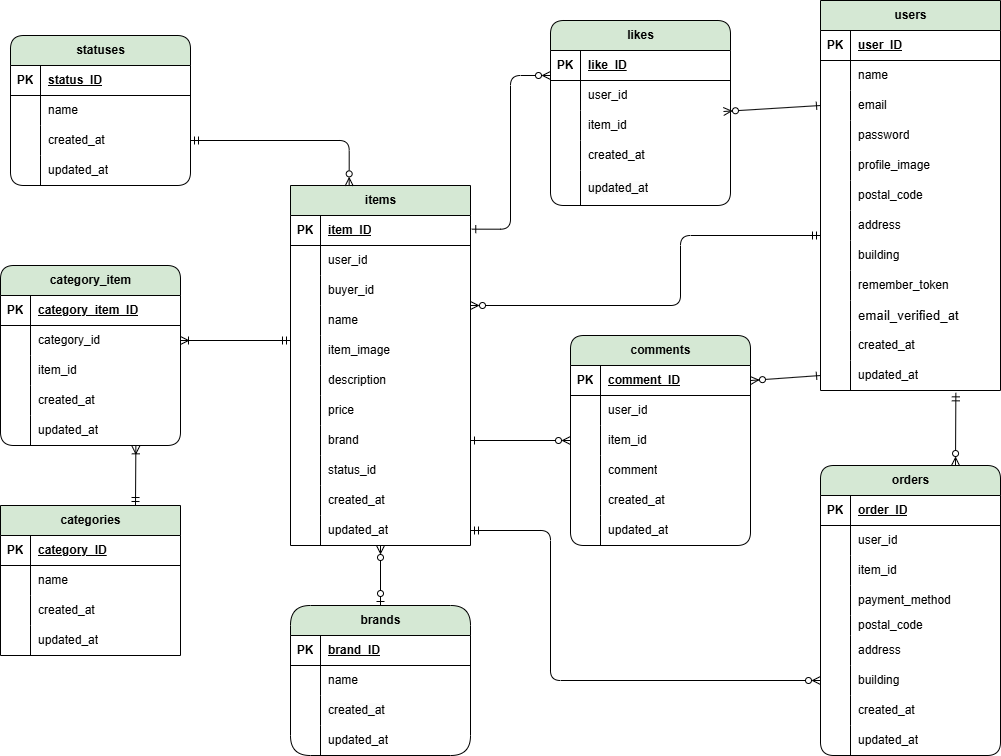
Above: readme-assets/table.drawio.png in yoki229/COACHTECHfurima (draw.io), before the change. Source tidied: cells renumbered, new cells last; positions are measured from the earlier drawing's top-left corner, leaving out a move shared by most shapes.
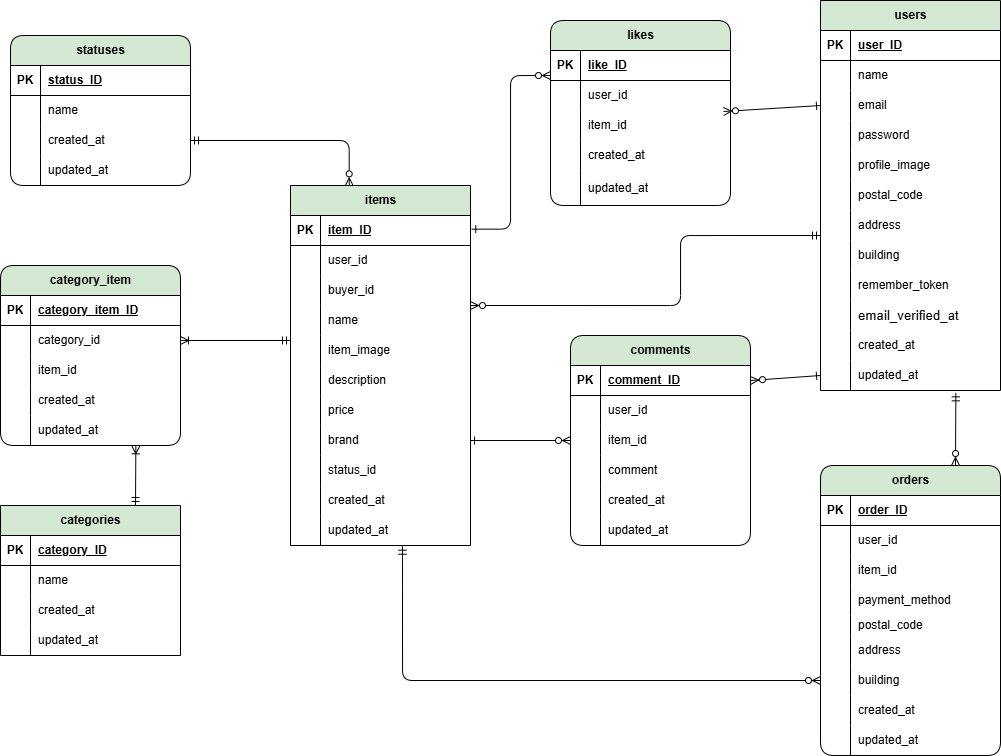
After the change.

Change to the diagram source:
```diff
@@ -443,45 +443,6 @@
     <mxCell id="148" value="&lt;span style=&quot;color: rgb(0, 0, 0);&quot;&gt;updated_at&lt;/span&gt;" style="shape=partialRectangle;fillColor=none;top=0;left=0;bottom=0;right=0;align=left;spacingLeft=6;overflow=hidden;whiteSpace=wrap;html=1;" parent="146" vertex="1">
       <mxGeometry x="30" width="150" height="30" as="geometry" />
     </mxCell>
-    <mxCell id="149" value="brands" style="shape=table;startSize=30;rowLines=0;fontStyle=1;align=center;html=1;rounded=1;arcSize=22;fillColor=#d5e8d4;strokeColor=#000000;" parent="1" vertex="1">
-      <mxGeometry x="290" y="605" width="180" height="150" as="geometry" />
-    </mxCell>
-    <mxCell id="150" style="shape=tableRow;horizontal=0;startSize=0;swimlaneHead=0;swimlaneBody=0;fillColor=none;top=0;left=0;right=0;bottom=1;" parent="149" vertex="1">
-      <mxGeometry y="30" width="180" height="30" as="geometry" />
-    </mxCell>
-    <mxCell id="151" value="PK" style="shape=partialRectangle;fillColor=none;top=0;left=0;bottom=0;right=0;fontStyle=1;overflow=hidden;whiteSpace=wrap;html=1;" parent="150" vertex="1">
-      <mxGeometry width="30" height="30" as="geometry" />
-    </mxCell>
-    <mxCell id="152" value="brand_ID" style="shape=partialRectangle;fillColor=none;top=0;left=0;bottom=0;right=0;align=left;spacingLeft=6;fontStyle=5;overflow=hidden;whiteSpace=wrap;html=1;" parent="150" vertex="1">
-      <mxGeometry x="30" width="150" height="30" as="geometry" />
-    </mxCell>
-    <mxCell id="153" style="shape=tableRow;horizontal=0;startSize=0;swimlaneHead=0;swimlaneBody=0;fillColor=none;top=0;left=0;right=0;bottom=0;" parent="149" vertex="1">
-      <mxGeometry y="60" width="180" height="30" as="geometry" />
-    </mxCell>
-    <mxCell id="154" style="shape=partialRectangle;fillColor=none;top=0;left=0;bottom=0;right=0;overflow=hidden;whiteSpace=wrap;html=1;" parent="153" vertex="1">
-      <mxGeometry width="30" height="30" as="geometry" />
-    </mxCell>
-    <mxCell id="155" value="name" style="shape=partialRectangle;fillColor=none;top=0;left=0;bottom=0;right=0;align=left;spacingLeft=6;overflow=hidden;whiteSpace=wrap;html=1;" parent="153" vertex="1">
-      <mxGeometry x="30" width="150" height="30" as="geometry" />
-    </mxCell>
-    <mxCell id="156" style="shape=tableRow;horizontal=0;startSize=0;swimlaneHead=0;swimlaneBody=0;fillColor=none;top=0;left=0;right=0;bottom=0;" parent="149" vertex="1">
-      <mxGeometry y="90" width="180" height="30" as="geometry" />
-    </mxCell>
-    <mxCell id="157" style="shape=partialRectangle;fillColor=none;top=0;left=0;bottom=0;right=0;overflow=hidden;whiteSpace=wrap;html=1;" parent="156" vertex="1">
-      <mxGeometry width="30" height="30" as="geometry" />
-    </mxCell>
-    <mxCell id="158" value="&lt;span style=&quot;color: rgb(0, 0, 0); font-family: Helvetica; font-size: 12px; font-style: normal; font-variant-ligatures: normal; font-variant-caps: normal; font-weight: 400; letter-spacing: normal; orphans: 2; text-align: left; text-indent: 0px; text-transform: none; widows: 2; word-spacing: 0px; -webkit-text-stroke-width: 0px; white-space: normal; background-color: rgb(251, 251, 251); text-decoration-thickness: initial; text-decoration-style: initial; text-decoration-color: initial; float: none; display: inline !important;&quot;&gt;created_at&lt;/span&gt;" style="shape=partialRectangle;fillColor=none;top=0;left=0;bottom=0;right=0;align=left;spacingLeft=6;overflow=hidden;whiteSpace=wrap;html=1;" parent="156" vertex="1">
-      <mxGeometry x="30" width="150" height="30" as="geometry" />
-    </mxCell>
-    <mxCell id="159" style="shape=tableRow;horizontal=0;startSize=0;swimlaneHead=0;swimlaneBody=0;fillColor=none;top=0;left=0;right=0;bottom=0;" parent="149" vertex="1">
-      <mxGeometry y="120" width="180" height="30" as="geometry" />
-    </mxCell>
-    <mxCell id="160" style="shape=partialRectangle;fillColor=none;top=0;left=0;bottom=0;right=0;overflow=hidden;whiteSpace=wrap;html=1;" parent="159" vertex="1">
-      <mxGeometry width="30" height="30" as="geometry" />
-    </mxCell>
-    <mxCell id="161" value="&lt;span style=&quot;color: rgb(0, 0, 0);&quot;&gt;updated_at&lt;/span&gt;" style="shape=partialRectangle;fillColor=none;top=0;left=0;bottom=0;right=0;align=left;spacingLeft=6;overflow=hidden;whiteSpace=wrap;html=1;" parent="159" vertex="1">
-      <mxGeometry x="30" width="150" height="30" as="geometry" />
-    </mxCell>
     <mxCell id="162" value="statuses" style="shape=table;startSize=30;rowLines=0;fontStyle=1;align=center;html=1;rounded=1;fillColor=#d5e8d4;strokeColor=#000000;" parent="1" vertex="1">
       <mxGeometry x="10" y="35" width="180" height="150" as="geometry" />
     </mxCell>
@@ -591,13 +552,8 @@
     <mxCell id="195" style="edgeStyle=none;html=1;exitX=0.961;exitY=1.033;exitDx=0;exitDy=0;entryX=0;entryY=0.5;entryDx=0;entryDy=0;startArrow=ERzeroToMany;startFill=0;endArrow=ERone;endFill=0;exitPerimeter=0;" parent="1" edge="1" source="105" target="9">
       <mxGeometry relative="1" as="geometry" />
     </mxCell>
-    <mxCell id="196" style="edgeStyle=orthogonalEdgeStyle;html=1;exitX=0;exitY=0.5;exitDx=0;exitDy=0;entryX=1;entryY=0.5;entryDx=0;entryDy=0;startArrow=ERzeroToMany;startFill=0;endArrow=ERmandOne;endFill=0;" parent="1" edge="1" source="92" target="70">
-      <mxGeometry relative="1" as="geometry">
-        <Array as="points">
-          <mxPoint x="550" y="680" />
-          <mxPoint x="550" y="530" />
-        </Array>
-      </mxGeometry>
+    <mxCell id="196" style="html=1;exitX=0;exitY=0.5;exitDx=0;exitDy=0;startArrow=ERzeroToMany;startFill=0;endArrow=ERmandOne;endFill=0;edgeStyle=orthogonalEdgeStyle;entryX=0.622;entryY=1.024;entryDx=0;entryDy=0;entryPerimeter=0;" parent="1" edge="1" source="92" target="70">
+      <mxGeometry relative="1" as="geometry" />
     </mxCell>
     <mxCell id="197" style="edgeStyle=none;html=1;exitX=0.75;exitY=0;exitDx=0;exitDy=0;entryX=0.752;entryY=1.078;entryDx=0;entryDy=0;entryPerimeter=0;startArrow=ERzeroToMany;startFill=0;endArrow=ERmandOne;endFill=0;" parent="1" edge="1" source="73" target="36">
       <mxGeometry relative="1" as="geometry" />
@@ -610,11 +566,6 @@
     <mxCell id="199" style="edgeStyle=none;html=1;exitX=0.75;exitY=0;exitDx=0;exitDy=0;entryX=0.752;entryY=1.011;entryDx=0;entryDy=0;entryPerimeter=0;startArrow=ERmandOne;startFill=0;endArrow=ERoneToMany;endFill=0;" parent="1" edge="1" source="136" target="188">
       <mxGeometry relative="1" as="geometry" />
     </mxCell>
-    <mxCell id="200" style="edgeStyle=none;html=1;exitX=0.5;exitY=0;exitDx=0;exitDy=0;startArrow=ERzeroToOne;startFill=0;endArrow=ERzeroToMany;endFill=0;" parent="1" edge="1" source="149">
-      <mxGeometry relative="1" as="geometry">
-        <mxPoint x="380" y="545" as="targetPoint" />
-      </mxGeometry>
-    </mxCell>
     <mxCell id="201" style="edgeStyle=orthogonalEdgeStyle;html=1;exitX=0;exitY=0.5;exitDx=0;exitDy=0;entryX=1;entryY=0.5;entryDx=0;entryDy=0;startArrow=ERmandOne;startFill=0;endArrow=ERzeroToMany;endFill=0;" parent="1" edge="1">
       <mxGeometry relative="1" as="geometry">
         <mxPoint x="820" y="235" as="sourcePoint" />
```
